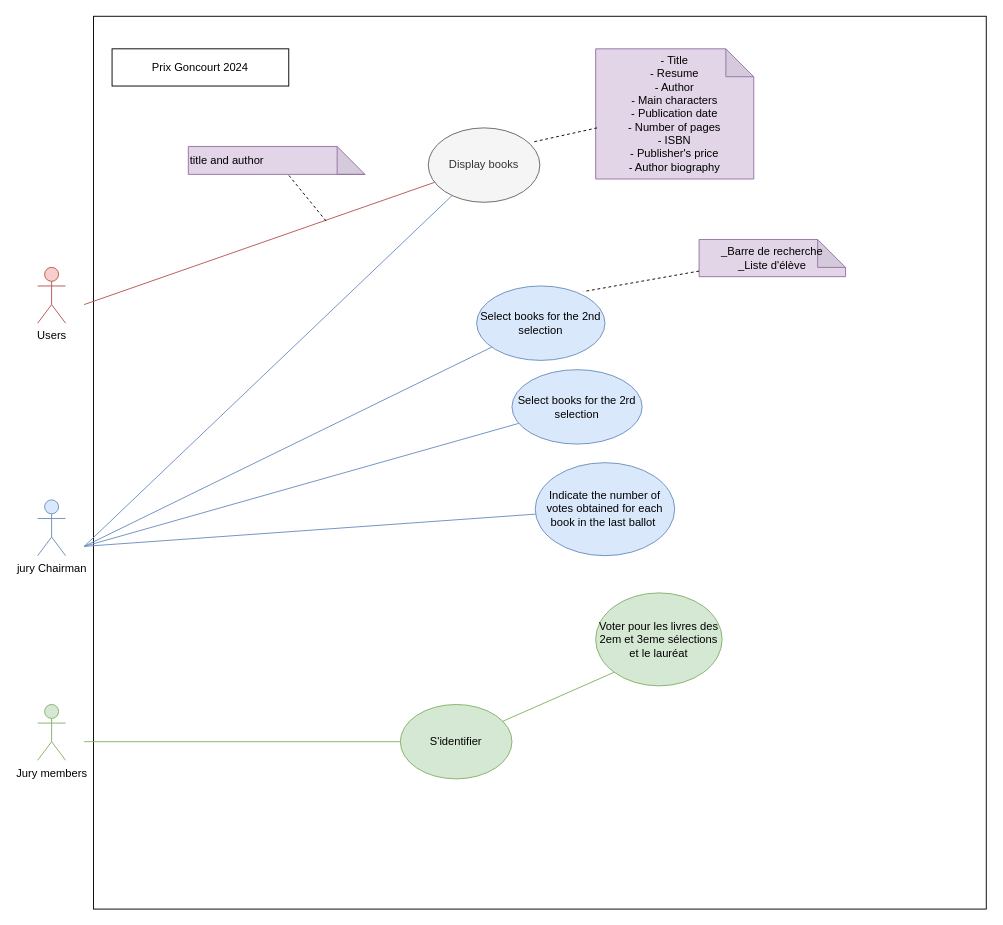
Earlier version of the draw.io diagram docs/diagramme cas d'utilisation.drawio (johandeschamps/gestion_ecole). Source tidied: cells renumbered, new cells numbered last; positions are measured from the earlier drawing's top-left corner, leaving out a move shared by most shapes. Both pictures are drawn from the tidied source at 93%, with x=0, y=0 at pixel (37, 16).
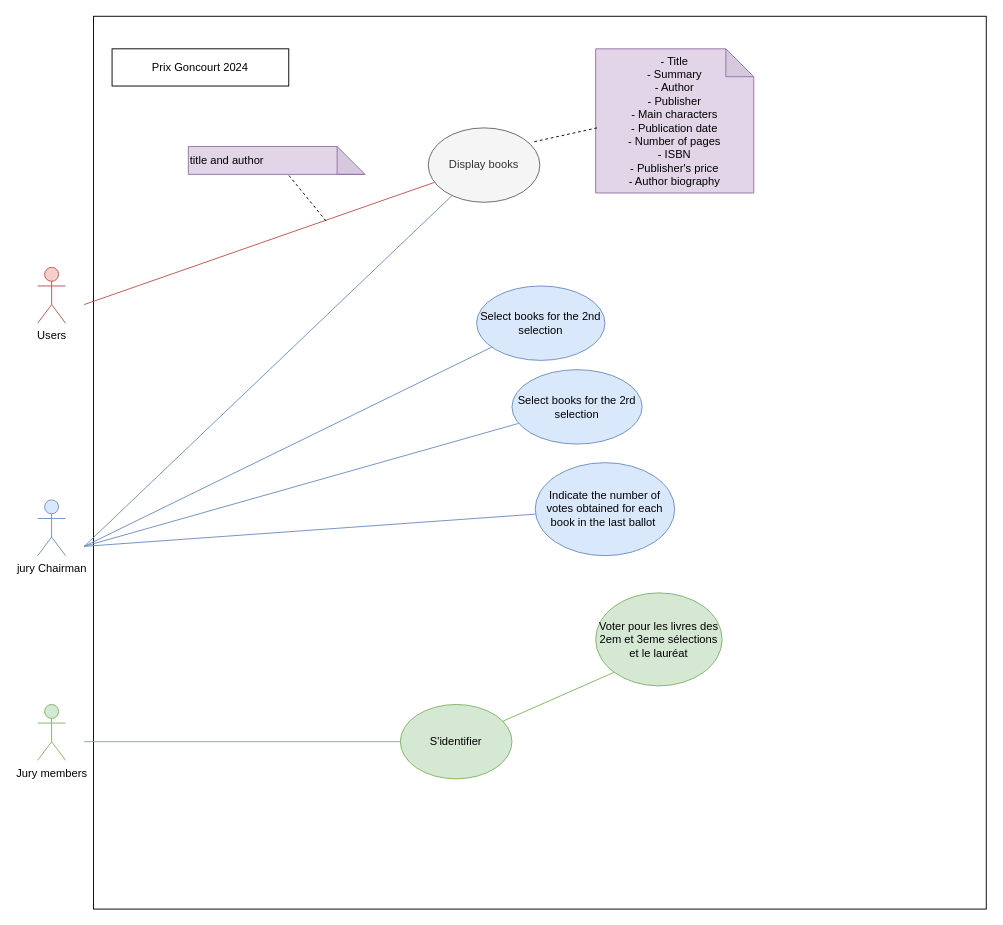
The same diagram, later.

Commit message:
Mettre à jour diagramme cas d'utilisation.drawio

Unchanged cells that the change refers to:
```xml
<mxCell id="15" value="Select books for the 2nd selection" style="ellipse;whiteSpace=wrap;html=1;fillColor=#dae8fc;strokeColor=#6c8ebf;" parent="1" vertex="1">
  <mxGeometry x="472" y="290" width="138" height="80" as="geometry" />
</mxCell>
```

The edit, as a diff of the source:
```diff
@@
-    <mxCell id="17" value="_Barre de recherche&lt;br&gt;&lt;span style=&quot;background-color: initial;&quot;&gt;_Liste d'élève&lt;/span&gt;" style="shape=note;whiteSpace=wrap;html=1;backgroundOutline=1;darkOpacity=0.05;fillColor=#e1d5e7;strokeColor=#9673a6;" parent="1" vertex="1">
-      <mxGeometry x="711.2" y="240" width="157.5" height="40" as="geometry" />
-    </mxCell>
-    <mxCell id="18" style="endArrow=none;dashed=1;html=1;rounded=0;entryX=0.833;entryY=0.075;entryDx=0;entryDy=0;entryPerimeter=0;" parent="1" edge="1" source="17" target="15">
-      <mxGeometry relative="1" as="geometry" />
-    </mxCell>
@@
-    <mxCell id="23" value="- Title&lt;br&gt;- Resume&lt;div&gt;- Author&lt;/div&gt;&lt;div&gt;- Main characters&lt;/div&gt;&lt;div&gt;- Publication date&lt;/div&gt;&lt;div&gt;- Number of pages&lt;/div&gt;&lt;div&gt;- ISBN&lt;/div&gt;&lt;div&gt;- Publisher's price&lt;/div&gt;&lt;div&gt;- Author biography&lt;/div&gt;" style="shape=note;whiteSpace=wrap;html=1;backgroundOutline=1;darkOpacity=0.05;fillColor=#e1d5e7;strokeColor=#9673a6;" parent="1" vertex="1">
-      <mxGeometry x="600" y="35" width="170" height="140" as="geometry" />
+    <mxCell id="23" value="- Title&lt;br&gt;- Summary&lt;div&gt;- Author&lt;/div&gt;&lt;div&gt;- Publisher&lt;/div&gt;&lt;div&gt;- Main characters&lt;/div&gt;&lt;div&gt;- Publication date&lt;/div&gt;&lt;div&gt;- Number of pages&lt;/div&gt;&lt;div&gt;- ISBN&lt;/div&gt;&lt;div&gt;- Publisher's price&lt;/div&gt;&lt;div&gt;- Author biography&lt;/div&gt;" style="shape=note;whiteSpace=wrap;html=1;backgroundOutline=1;darkOpacity=0.05;fillColor=#e1d5e7;strokeColor=#9673a6;" parent="1" vertex="1">
+      <mxGeometry x="600" y="35" width="170" height="155" as="geometry" />
     </mxCell>
```
